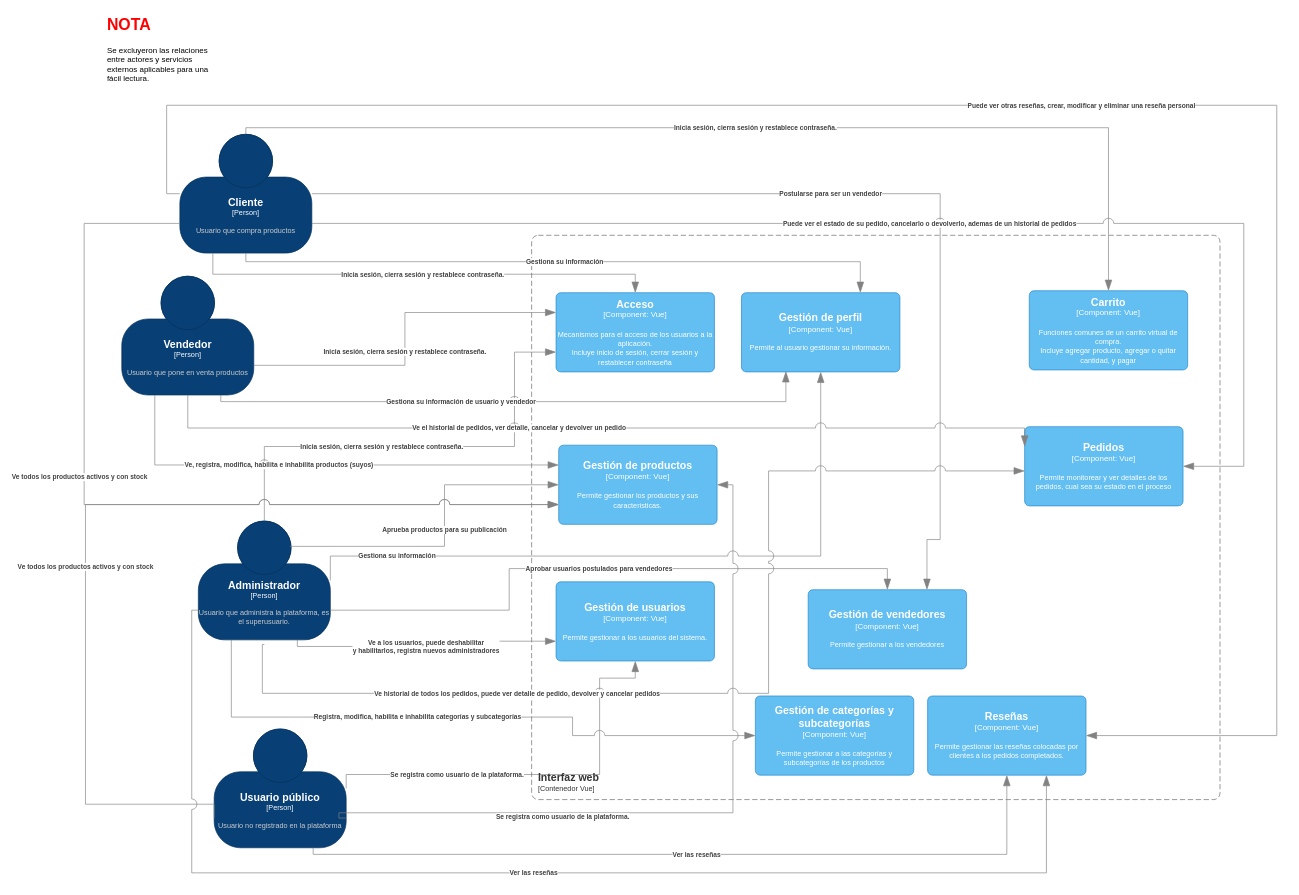
This is page "comp, boceto" (5 of 5) of Diagrama/c4CarsiShop.drawio from EmilianoChofis/c4CarsiShop, a draw.io file, before an edit. Source tidied: cells renumbered, new cells numbered last; positions are measured from the earlier drawing's top-left corner, leaving out a move shared by most shapes. Both pictures are drawn from the tidied source at 66%, with x=0, y=0 at pixel (84, 11).
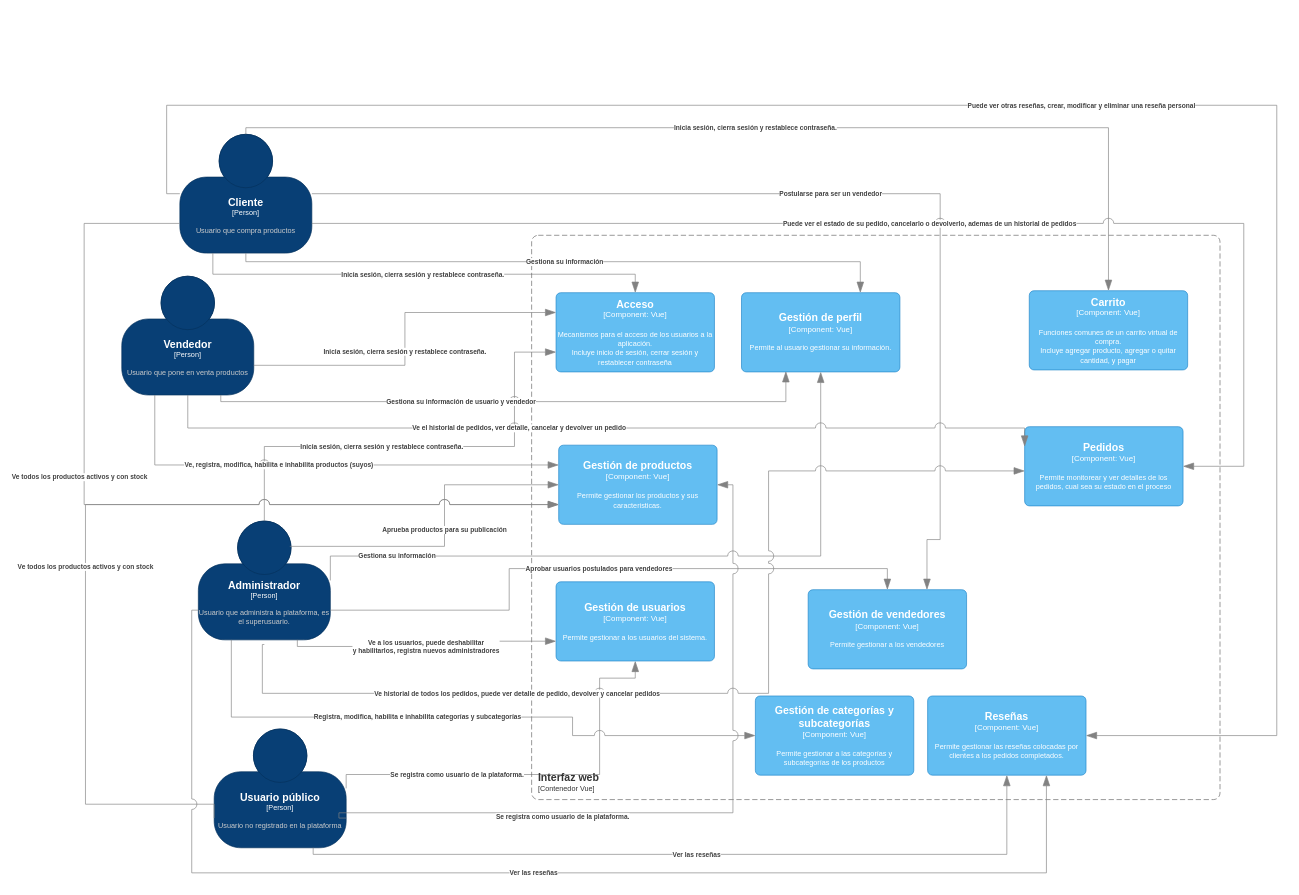
Above is the later version.

What changed in the source:
```diff
@@
-    <mxCell id="39" value="&lt;h1 style=&quot;margin-top: 0px;&quot;&gt;&lt;font color=&quot;#ff0000&quot;&gt;NOTA&lt;/font&gt;&lt;/h1&gt;&lt;p&gt;Se excluyeron las relaciones entre actores y servicios externos aplicables para una fácil lectura.&lt;/p&gt;" style="text;html=1;whiteSpace=wrap;overflow=hidden;rounded=0;" parent="1" vertex="1">
-      <mxGeometry x="33" width="180" height="120" as="geometry" />
-    </mxCell>
```
